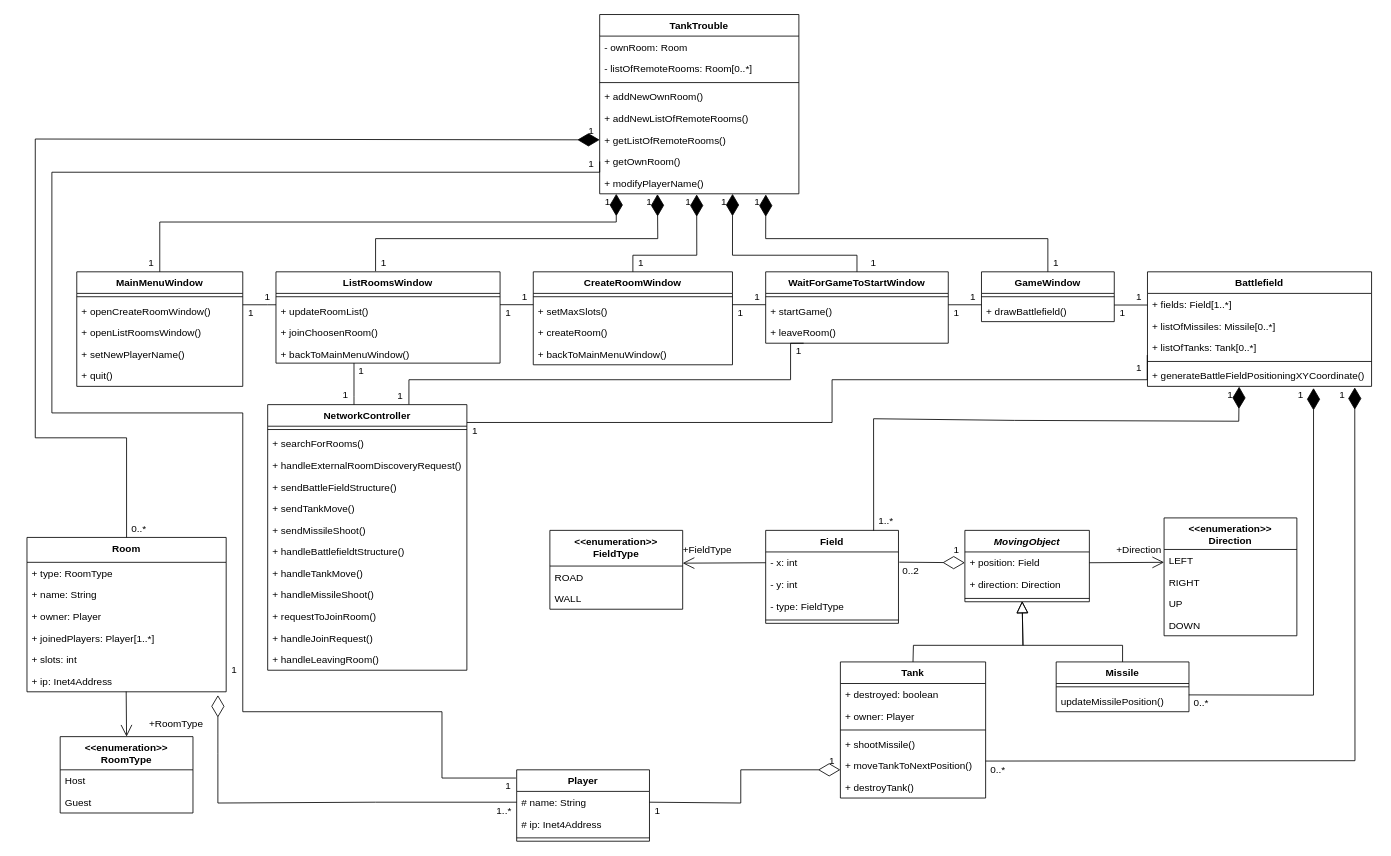
Before: docs/Tervdokumentáció.drawio in Residuum22/TankTroubleBME, a draw.io diagram. Source tidied: cells renumbered, new cells numbered last; positions are measured from the earlier drawing's top-left corner, leaving out a move shared by most shapes. Both pictures are drawn from the tidied source at 83%, with x=0, y=0 at pixel (27, 14).
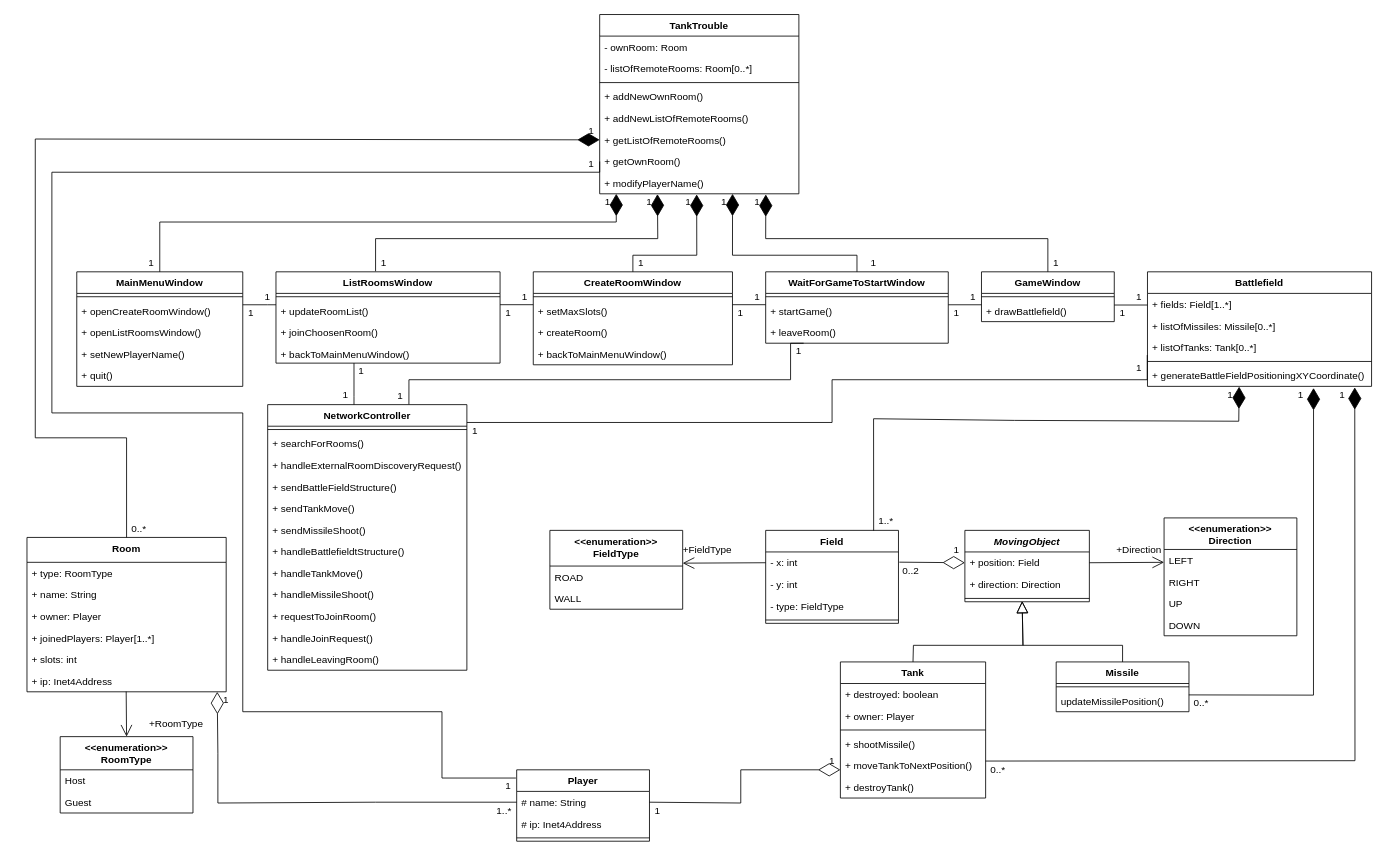
After the change.

Commit message (it also covers changes not shown here):
Little changes in UML

The change refers to these unchanged cells:
```xml
<mxCell id="41" value="+ ip: Inet4Address" style="text;strokeColor=none;fillColor=none;align=left;verticalAlign=top;spacingLeft=4;spacingRight=4;overflow=hidden;points=[[0,0.5],[1,0.5]];portConstraint=eastwest;" parent="35" vertex="1">
  <mxGeometry y="160" width="240" height="26" as="geometry" />
</mxCell>
<mxCell id="92" value="# name: String" style="text;strokeColor=none;fillColor=none;align=left;verticalAlign=top;spacingLeft=4;spacingRight=4;overflow=hidden;points=[[0,0.5],[1,0.5]];portConstraint=eastwest;" parent="91" vertex="1">
  <mxGeometry y="26" width="160" height="26" as="geometry" />
</mxCell>
```

Change to the diagram source:
```diff
@@
-    <mxCell id="163" style="endArrow=diamondThin;endFill=0;endSize=24;html=1;rounded=0;exitX=0;exitY=0.5;exitDx=0;exitDy=0;" parent="1" edge="1" source="92">
+    <mxCell id="163" style="endArrow=diamondThin;endFill=0;endSize=24;html=1;rounded=0;exitX=0;exitY=0.5;exitDx=0;exitDy=0;entryX=0.955;entryY=1.004;entryDx=0;entryDy=0;entryPerimeter=0;" parent="1" edge="1" source="92" target="41">
       <mxGeometry relative="1" as="geometry">
-        <mxPoint x="230" y="820" as="targetPoint" />
         <Array as="points">
           <mxPoint x="420" y="949" />
           <mxPoint x="230" y="950" />
           <mxPoint x="230" y="890" />
         </Array>
       </mxGeometry>
     </mxCell>
     <mxCell id="164" value="1" style="text;html=1;strokeColor=none;fillColor=none;align=center;verticalAlign=middle;whiteSpace=wrap;rounded=0;" parent="1" vertex="1">
-      <mxGeometry x="240" y="780" width="20" height="20" as="geometry" />
+      <mxGeometry x="230" y="816" width="20" height="20" as="geometry" />
     </mxCell>
```
